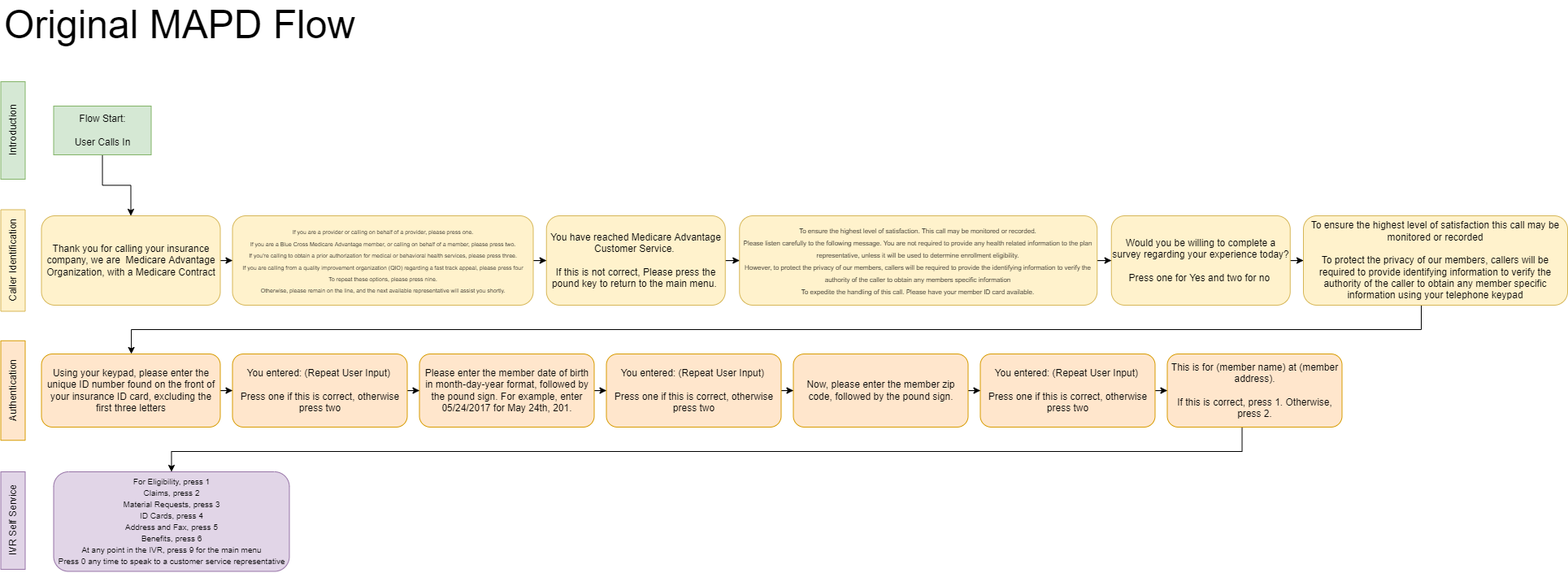
Earlier version of the draw.io export New/assets/images/OriginalFlow2.png (declonie/declonie.github.io). Source tidied: cells renumbered, new cells last; positions are measured from the earlier drawing's top-left corner, leaving out a move shared by most shapes.
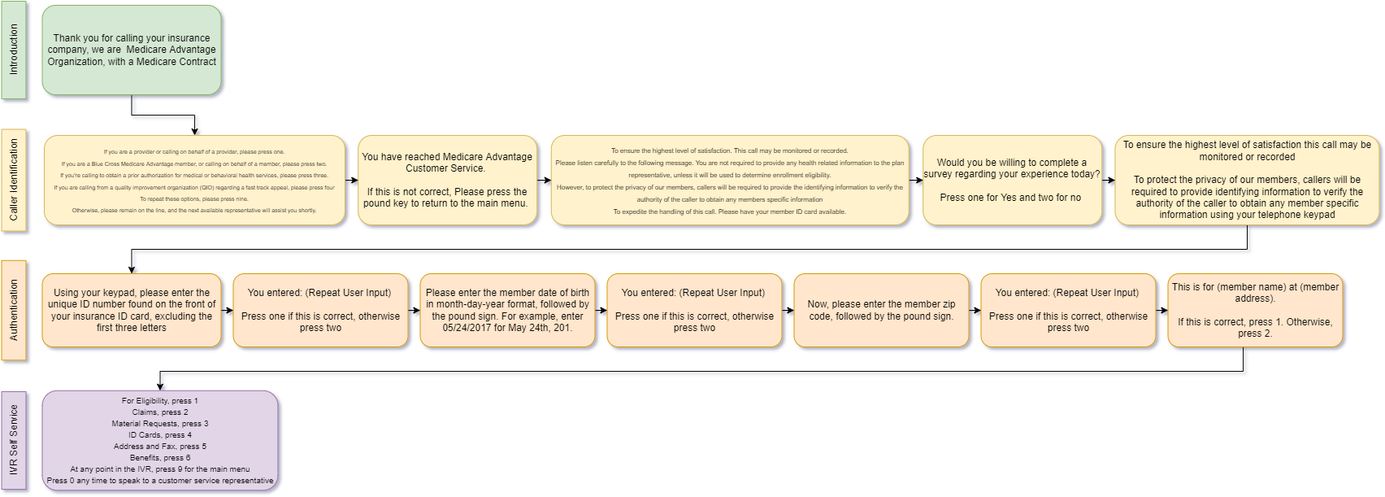
The same diagram one commit later.

Change to the diagram source:
```diff
@@ -2,54 +2,46 @@
   <root>
     <mxCell id="0" />
     <mxCell id="1" parent="0" />
-    <mxCell id="2" style="edgeStyle=orthogonalEdgeStyle;rounded=0;jettySize=auto;html=1;exitX=0.5;exitY=1;exitDx=0;exitDy=0;entryX=0.5;entryY=0;entryDx=0;entryDy=0;fontSize=7;" parent="1" edge="1" source="3" target="5">
-      <mxGeometry relative="1" as="geometry" />
-    </mxCell>
-    <mxCell id="3" value="Flow Start:&lt;br&gt;&lt;br&gt;User Calls In" style="rounded=0;whiteSpace=wrap;html=1;fillColor=#d5e8d4;strokeColor=#82b366;" parent="1" vertex="1">
-      <mxGeometry x="112.5" y="130" width="120" height="60" as="geometry" />
-    </mxCell>
-    <mxCell id="4" style="edgeStyle=orthogonalEdgeStyle;rounded=0;jettySize=auto;html=1;entryX=0;entryY=0.5;entryDx=0;entryDy=0;fontSize=7;" parent="1" edge="1" source="5" target="7">
+    <mxCell id="4" style="edgeStyle=orthogonalEdgeStyle;rounded=0;jettySize=auto;html=1;entryX=0.5;entryY=0;entryDx=0;entryDy=0;fontSize=7;" parent="1" edge="1" source="5" target="7">
       <mxGeometry relative="1" as="geometry" />
     </mxCell>
-    <mxCell id="5" value="Thank you for calling your insurance company, we are&amp;nbsp; Medicare Advantage Organization, with a Medicare Contract" style="rounded=1;whiteSpace=wrap;html=1;fillColor=#fff2cc;strokeColor=#d6b656;" parent="1" vertex="1">
-      <mxGeometry x="97.5" y="265" width="220" height="110" as="geometry" />
+    <mxCell id="5" value="Thank you for calling your insurance company, we are&amp;nbsp; Medicare Advantage Organization, with a Medicare Contract" style="rounded=1;whiteSpace=wrap;html=1;fillColor=#d5e8d4;strokeColor=#82b366;" parent="1" vertex="1">
+      <mxGeometry x="97.5" y="105" width="220" height="110" as="geometry" />
     </mxCell>
     <mxCell id="6" style="edgeStyle=orthogonalEdgeStyle;rounded=0;jettySize=auto;html=1;entryX=0;entryY=0.5;entryDx=0;entryDy=0;fontSize=7;" parent="1" edge="1" source="7" target="9">
       <mxGeometry relative="1" as="geometry" />
     </mxCell>
     <mxCell id="7" value="&lt;span style=&quot;font-size: 7px;&quot; id=&quot;docs-internal-guid-bcd020ef-7fff-16ac-829a-5b155d8acc35&quot;&gt;&lt;span style=&quot;font-family: Roboto, sans-serif; background-color: transparent; font-variant-numeric: normal; font-variant-east-asian: normal; vertical-align: baseline; line-height: 0.2;&quot;&gt;If you are a provider or calling on behalf of a provider, please press one.&lt;br&gt;If you are a Blue Cross Medicare Advantage member, or calling on behalf of a member, please press two.&lt;br&gt;If you're calling to obtain a prior authorization for medical or behavioral health services, please press three.&lt;br&gt;If you are calling from a quality improvement organization (QIO) regarding a fast track appeal, please press four&lt;br&gt;To repeat these options, please press nine.&lt;br&gt;Otherwise, please remain on the line, and the next available representative will assist you shortly.&lt;/span&gt;&lt;/span&gt;" style="rounded=1;whiteSpace=wrap;html=1;fillColor=#fff2cc;strokeColor=#d6b656;" parent="1" vertex="1">
-      <mxGeometry x="332.5" y="265" width="370" height="110" as="geometry" />
+      <mxGeometry x="100" y="265" width="370" height="110" as="geometry" />
     </mxCell>
     <mxCell id="8" style="edgeStyle=orthogonalEdgeStyle;rounded=0;jettySize=auto;html=1;entryX=0;entryY=0.5;entryDx=0;entryDy=0;fontSize=7;" parent="1" edge="1" source="9" target="11">
       <mxGeometry relative="1" as="geometry" />
     </mxCell>
     <mxCell id="9" value="You have reached Medicare Advantage Customer Service.&amp;nbsp;&lt;br&gt;&lt;br&gt;If this is not correct, Please press the pound key to return to the main menu.&amp;nbsp;" style="rounded=1;whiteSpace=wrap;html=1;fillColor=#fff2cc;strokeColor=#d6b656;" parent="1" vertex="1">
-      <mxGeometry x="718.8" y="265" width="220" height="110" as="geometry" />
+      <mxGeometry x="486.2" y="265" width="220" height="110" as="geometry" />
     </mxCell>
     <mxCell id="10" style="edgeStyle=orthogonalEdgeStyle;rounded=0;jettySize=auto;html=1;entryX=0;entryY=0.5;entryDx=0;entryDy=0;fontSize=7;" parent="1" edge="1" source="11" target="13">
       <mxGeometry relative="1" as="geometry" />
     </mxCell>
     <mxCell id="11" value="&lt;span style=&quot;font-size: 8px;&quot; id=&quot;docs-internal-guid-4f2e2895-7fff-6c8c-85ef-f8708c877b4a&quot;&gt;&lt;span style=&quot;font-family: Roboto, sans-serif; background-color: transparent; font-variant-numeric: normal; font-variant-east-asian: normal; vertical-align: baseline; line-height: 1.5;&quot;&gt;To ensure the highest level of satisfaction. This call may be monitored or recorded.&lt;br&gt;Please listen carefully to the following message. You are not required to provide any health related information to the plan representative, unless it will be used to determine enrollment eligibility.&lt;br&gt;However, to protect the privacy of our members, callers will be required to provide the identifying information to verify the authority of the caller to obtain any members specific information&lt;br&gt;To expedite the handling of this call. Please have your member ID card available.&lt;/span&gt;&lt;/span&gt;" style="rounded=1;whiteSpace=wrap;html=1;fillColor=#fff2cc;strokeColor=#d6b656;" parent="1" vertex="1">
-      <mxGeometry x="956.2" y="265" width="440" height="110" as="geometry" />
+      <mxGeometry x="723.8" y="265" width="440" height="110" as="geometry" />
     </mxCell>
     <mxCell id="12" style="edgeStyle=orthogonalEdgeStyle;rounded=0;jettySize=auto;html=1;entryX=0;entryY=0.5;entryDx=0;entryDy=0;fontSize=48;" parent="1" edge="1" source="13" target="15">
       <mxGeometry relative="1" as="geometry" />
     </mxCell>
     <mxCell id="13" value="Would you be willing to complete a survey regarding your experience today? &lt;br&gt;&lt;br&gt;Press one for Yes and two for no&amp;nbsp;" style="rounded=1;whiteSpace=wrap;html=1;fillColor=#fff2cc;strokeColor=#d6b656;" parent="1" vertex="1">
-      <mxGeometry x="1413.8" y="265" width="220" height="110" as="geometry" />
+      <mxGeometry x="1181.2" y="265" width="220" height="110" as="geometry" />
     </mxCell>
-    <mxCell id="14" style="edgeStyle=orthogonalEdgeStyle;rounded=0;jettySize=auto;html=1;fontSize=7;entryX=0.5;entryY=0;entryDx=0;entryDy=0;" parent="1" edge="1" target="17">
+    <mxCell id="14" style="edgeStyle=orthogonalEdgeStyle;rounded=0;jettySize=auto;html=1;fontSize=7;entryX=0.5;entryY=0;entryDx=0;entryDy=0;exitX=0.5;exitY=1;exitDx=0;exitDy=0;" parent="1" edge="1" source="15" target="17">
       <mxGeometry relative="1" as="geometry">
-        <mxPoint x="1795" y="375" as="sourcePoint" />
         <Array as="points">
-          <mxPoint x="1795" y="405" />
+          <mxPoint x="1580" y="405" />
           <mxPoint x="208" y="405" />
-          <mxPoint x="208" y="435" />
         </Array>
       </mxGeometry>
     </mxCell>
     <mxCell id="15" value="To ensure the highest level of satisfaction this call may be monitored or recorded&lt;br&gt;&lt;br&gt;To protect the privacy of our members, callers will be required to provide identifying information to verify the authority of the caller to obtain any member specific information using your telephone keypad" style="rounded=1;whiteSpace=wrap;html=1;fillColor=#fff2cc;strokeColor=#d6b656;" parent="1" vertex="1">
-      <mxGeometry x="1650" y="265" width="325" height="110" as="geometry" />
+      <mxGeometry x="1417.5" y="265" width="325" height="110" as="geometry" />
     </mxCell>
     <mxCell id="16" style="edgeStyle=orthogonalEdgeStyle;rounded=0;jettySize=auto;html=1;entryX=0;entryY=0.5;entryDx=0;entryDy=0;fontSize=7;" parent="1" edge="1" source="17" target="19">
       <mxGeometry relative="1" as="geometry" />
@@ -87,11 +79,11 @@
     <mxCell id="27" value="You entered: (Repeat User Input)&amp;nbsp;&lt;br&gt;&lt;br&gt;Press one if this is correct, otherwise press two" style="rounded=1;whiteSpace=wrap;html=1;fillColor=#ffe6cc;strokeColor=#d79b00;" parent="1" vertex="1">
       <mxGeometry x="1252.5" y="435" width="215" height="90" as="geometry" />
     </mxCell>
-    <mxCell id="28" style="edgeStyle=orthogonalEdgeStyle;rounded=0;jettySize=auto;html=1;entryX=0.5;entryY=0;entryDx=0;entryDy=0;fontSize=7;" parent="1" edge="1" source="29" target="30">
+    <mxCell id="28" style="edgeStyle=orthogonalEdgeStyle;rounded=0;jettySize=auto;html=1;fontSize=7;entryX=0.5;entryY=0;entryDx=0;entryDy=0;" parent="1" edge="1" source="29" target="30">
       <mxGeometry relative="1" as="geometry">
         <Array as="points">
-          <mxPoint x="1574.5" y="555" />
-          <mxPoint x="257.5" y="555" />
+          <mxPoint x="1575" y="555" />
+          <mxPoint x="243" y="555" />
         </Array>
       </mxGeometry>
     </mxCell>
@@ -99,7 +91,7 @@
       <mxGeometry x="1482.5" y="435" width="215" height="90" as="geometry" />
     </mxCell>
     <mxCell id="30" value="&lt;p style=&quot;line-height: 0.7; font-size: 10px;&quot;&gt;For Eligibility, press 1&lt;br&gt;&lt;br&gt;Claims, press 2&lt;br&gt;&lt;br&gt;Material Requests, press 3&lt;br&gt;&lt;br&gt;ID Cards, press 4&lt;br&gt;&lt;br&gt;Address and Fax, press 5&lt;br&gt;&lt;br&gt;Benefits, press 6&lt;br&gt;&lt;br&gt;At any point in the IVR, press 9 for the main menu&lt;br&gt;&lt;br&gt;Press 0 any time to speak to a customer service representative&lt;/p&gt;" style="rounded=1;whiteSpace=wrap;html=1;fillColor=#e1d5e7;strokeColor=#9673a6;" parent="1" vertex="1">
-      <mxGeometry x="112.5" y="580" width="290" height="122.5" as="geometry" />
+      <mxGeometry x="97.5" y="578.8" width="290" height="122.5" as="geometry" />
     </mxCell>
     <mxCell id="31" value="&lt;font style=&quot;font-size: 12px;&quot;&gt;Introduction&lt;/font&gt;" style="rounded=0;whiteSpace=wrap;html=1;fontSize=8;fillColor=#d5e8d4;strokeColor=#82b366;rotation=-90;" parent="1" vertex="1">
       <mxGeometry x="2.5" y="145" width="120" height="30" as="geometry" />
@@ -113,8 +105,5 @@
     <mxCell id="34" value="&lt;font style=&quot;font-size: 12px;&quot;&gt;IVR Self Service&lt;/font&gt;" style="rounded=0;whiteSpace=wrap;html=1;fontSize=8;fillColor=#e1d5e7;strokeColor=#9673a6;rotation=-90;" parent="1" vertex="1">
       <mxGeometry x="2.5" y="625" width="120" height="30" as="geometry" />
     </mxCell>
-    <mxCell id="35" value="&lt;font style=&quot;font-size: 48px;&quot;&gt;Original MAPD Flow&lt;/font&gt;" style="rounded=0;whiteSpace=wrap;html=1;fillColor=none;strokeColor=#FFFFFF;shadow=0;align=left;" parent="1" vertex="1">
-      <mxGeometry x="50" width="650" height="60" as="geometry" />
-    </mxCell>
   </root>
 </mxGraphModel>
```
